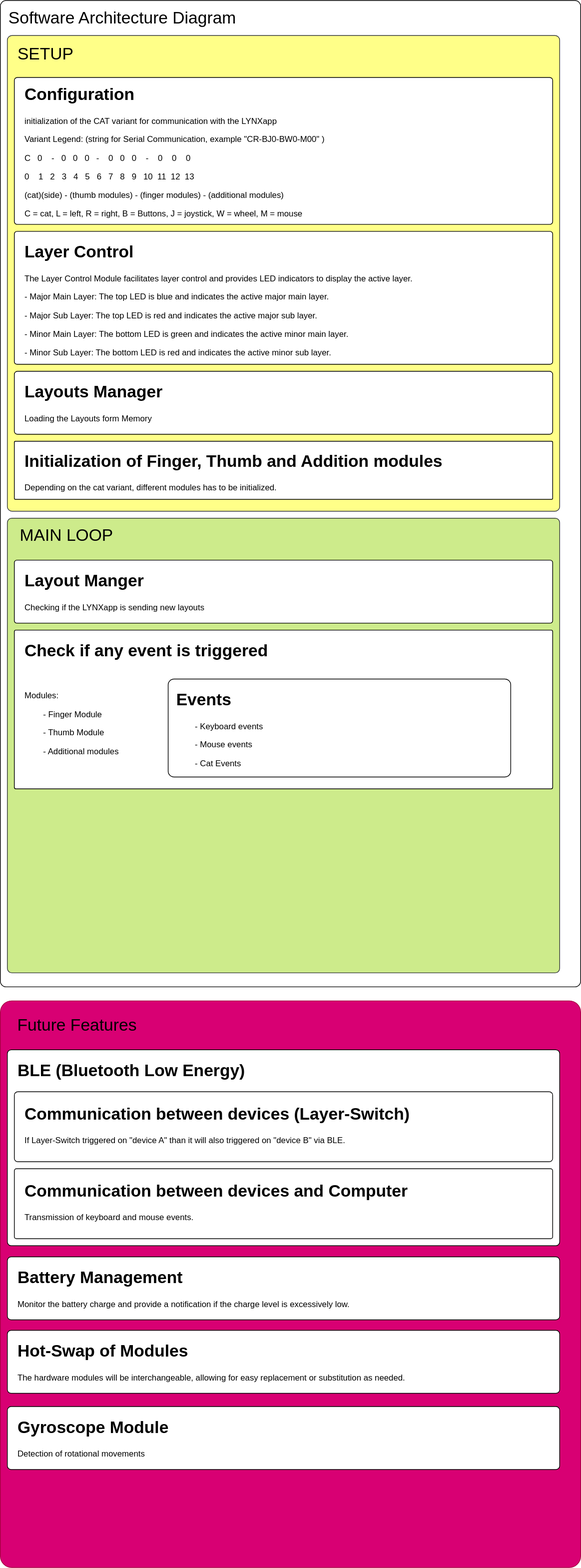
Above: images/SAD.svg in LYNXware/cat_esp32s3_platformio-arduino__version_2 (draw.io), before the change. Source tidied: cells renumbered, new cells last; positions are measured from the earlier drawing's top-left corner, leaving out a move shared by most shapes.
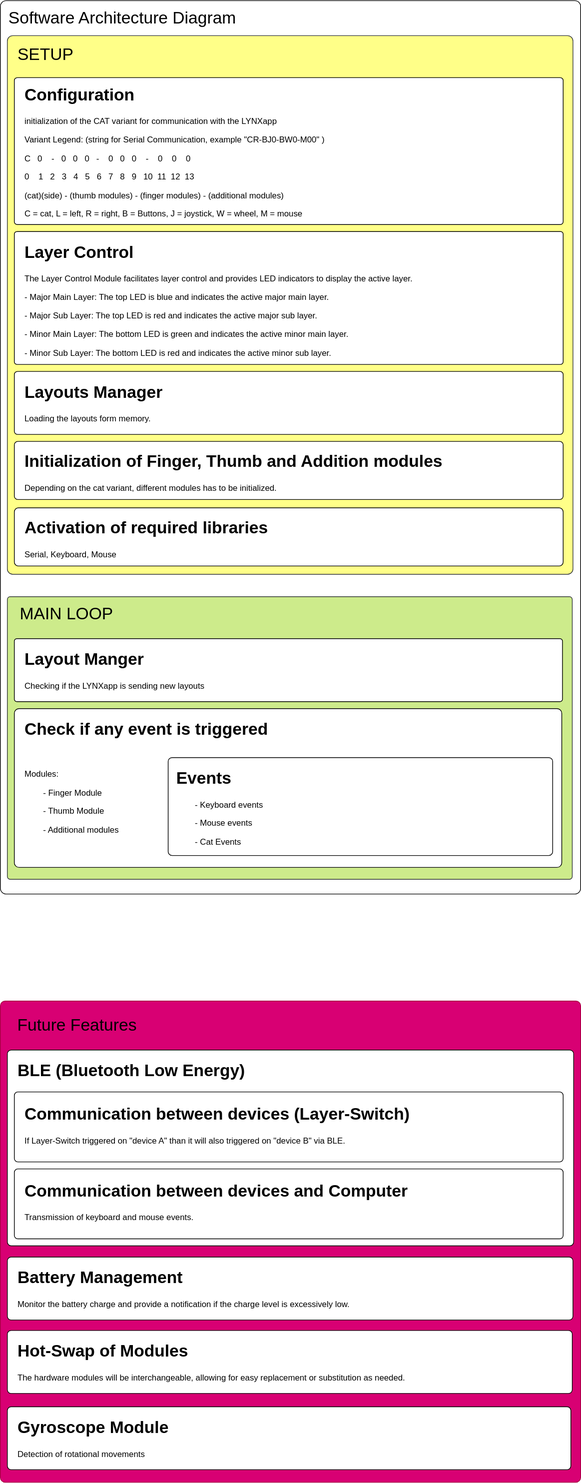
Later version of the same file.

Diff of the diagram source:
```diff
@@ -3,118 +3,121 @@
     <mxCell id="0" />
     <mxCell id="1" parent="0" />
     <mxCell id="2" style="rounded=1;whiteSpace=wrap;html=1;arcSize=1;" parent="1" vertex="1">
-      <mxGeometry width="830" height="1410" as="geometry" />
+      <mxGeometry width="830" height="1277" as="geometry" />
     </mxCell>
     <mxCell id="3" value="&lt;div&gt;Software Architecture Diagram&lt;/div&gt;" style="text;html=1;strokeColor=none;fillColor=none;align=left;verticalAlign=middle;whiteSpace=wrap;rounded=0;fontSize=24;" parent="1" vertex="1">
       <mxGeometry x="10" y="10" width="570" height="30" as="geometry" />
     </mxCell>
     <mxCell id="4" style="rounded=1;whiteSpace=wrap;html=1;fillColor=#ffff88;strokeColor=#36393d;arcSize=1;" parent="1" vertex="1">
-      <mxGeometry x="10" y="50" width="790" height="680" as="geometry" />
+      <mxGeometry x="10" y="50" width="809" height="770" as="geometry" />
     </mxCell>
     <mxCell id="5" value="SETUP" style="text;html=1;strokeColor=none;fillColor=none;align=center;verticalAlign=middle;whiteSpace=wrap;rounded=0;fontSize=24;fontColor=#000000;" parent="1" vertex="1">
       <mxGeometry x="20" y="62" width="90" height="30" as="geometry" />
     </mxCell>
     <mxCell id="6" style="rounded=1;whiteSpace=wrap;html=1;arcSize=2;" parent="1" vertex="1">
-      <mxGeometry x="20" y="110" width="770" height="210" as="geometry" />
+      <mxGeometry x="20" y="110" width="785" height="210" as="geometry" />
     </mxCell>
     <mxCell id="7" value="&lt;h1&gt;Configuration&amp;nbsp;&lt;/h1&gt;&lt;p&gt;initialization of the CAT variant&amp;nbsp;&lt;span style=&quot;background-color: initial;&quot;&gt;for communication with the LYNXapp&lt;/span&gt;&lt;/p&gt;&lt;p&gt;Variant Legend: (string for Serial Communication, example &quot;CR-BJ0-BW0-M00&quot; )&lt;/p&gt;&lt;p&gt;C&amp;nbsp; &amp;nbsp;0&amp;nbsp; &amp;nbsp; -&amp;nbsp; &amp;nbsp;0&amp;nbsp; &amp;nbsp;0&amp;nbsp; &amp;nbsp;0&amp;nbsp; &amp;nbsp;-&amp;nbsp; &amp;nbsp; 0&amp;nbsp; &amp;nbsp;0&amp;nbsp; &amp;nbsp;0&amp;nbsp; &amp;nbsp; -&amp;nbsp; &amp;nbsp; 0&amp;nbsp; &amp;nbsp; 0&amp;nbsp; &amp;nbsp; 0&lt;/p&gt;&lt;p&gt;0&amp;nbsp; &amp;nbsp; 1&amp;nbsp; &amp;nbsp;2&amp;nbsp; &amp;nbsp;3&amp;nbsp; &amp;nbsp;4&amp;nbsp; &amp;nbsp;5&amp;nbsp; &amp;nbsp;6&amp;nbsp; &amp;nbsp;7&amp;nbsp; &amp;nbsp;8&amp;nbsp; &amp;nbsp;9&amp;nbsp; &amp;nbsp;10&amp;nbsp; 11&amp;nbsp; 12&amp;nbsp; 13&lt;/p&gt;&lt;p&gt;(cat)(side) - (thumb modules) - (finger modules) - (additional modules)&lt;/p&gt;&lt;p&gt;C = cat, L = left, R = right, B&lt;span style=&quot;background-color: initial;&quot;&gt;&amp;nbsp;= Buttons, J&lt;/span&gt;&lt;span style=&quot;background-color: initial;&quot;&gt;&amp;nbsp;= joystick, W&lt;/span&gt;&lt;span style=&quot;background-color: initial;&quot;&gt;&amp;nbsp;= wheel, M&lt;/span&gt;&lt;span style=&quot;background-color: initial;&quot;&gt;&amp;nbsp;= mouse&lt;/span&gt;&lt;/p&gt;&lt;div&gt;&lt;br&gt;&lt;/div&gt;" style="text;html=1;strokeColor=none;fillColor=none;spacing=5;spacingTop=-20;whiteSpace=wrap;overflow=hidden;rounded=0;" parent="1" vertex="1">
       <mxGeometry x="30" y="115" width="610" height="210" as="geometry" />
     </mxCell>
     <mxCell id="8" style="rounded=1;whiteSpace=wrap;html=1;arcSize=2;" parent="1" vertex="1">
-      <mxGeometry x="20" y="330" width="770" height="190" as="geometry" />
+      <mxGeometry x="20" y="330" width="785" height="190" as="geometry" />
     </mxCell>
     <mxCell id="9" value="&lt;h1&gt;Layer Control&lt;/h1&gt;&lt;p&gt;The Layer Control Module facilitates layer control and provides LED indicators to display the active layer.&lt;/p&gt;&lt;p&gt;- Major Main Layer: The top LED is blue and indicates the active major main layer.&lt;/p&gt;&lt;p&gt;- Major Sub Layer: The top LED is red and indicates the active major sub layer.&lt;/p&gt;&lt;p&gt;- Minor Main Layer: The bottom LED is green and indicates the active minor main layer.&lt;/p&gt;&lt;p&gt;- Minor Sub Layer: The bottom LED is red and indicates the active minor sub layer.&lt;/p&gt;" style="text;html=1;strokeColor=none;fillColor=none;spacing=5;spacingTop=-20;whiteSpace=wrap;overflow=hidden;rounded=0;" parent="1" vertex="1">
       <mxGeometry x="30" y="340" width="630" height="180" as="geometry" />
     </mxCell>
-    <mxCell id="10" style="rounded=1;whiteSpace=wrap;html=1;fillColor=#d80073;strokeColor=#A50040;arcSize=2;fontColor=#ffffff;" parent="1" vertex="1">
-      <mxGeometry y="1430" width="830" height="810" as="geometry" />
+    <mxCell id="10" style="rounded=1;whiteSpace=wrap;html=1;fillColor=#d80073;strokeColor=#A50040;arcSize=1;fontColor=#ffffff;" parent="1" vertex="1">
+      <mxGeometry y="1430" width="830" height="688" as="geometry" />
     </mxCell>
     <mxCell id="11" value="Future Features" style="text;html=1;strokeColor=none;fillColor=none;align=center;verticalAlign=middle;whiteSpace=wrap;rounded=0;fontSize=24;fontColor=#000000;" parent="1" vertex="1">
       <mxGeometry x="20" y="1450" width="180" height="30" as="geometry" />
     </mxCell>
     <mxCell id="12" style="rounded=1;whiteSpace=wrap;html=1;arcSize=2;" parent="1" vertex="1">
-      <mxGeometry x="10" y="1500" width="790" height="280" as="geometry" />
+      <mxGeometry x="10" y="1500" width="810" height="280" as="geometry" />
     </mxCell>
     <mxCell id="13" value="&lt;h1&gt;BLE (Bluetooth Low Energy)&lt;/h1&gt;" style="text;html=1;strokeColor=none;fillColor=none;spacing=5;spacingTop=-20;whiteSpace=wrap;overflow=hidden;rounded=0;" parent="1" vertex="1">
       <mxGeometry x="20" y="1510" width="710" height="90" as="geometry" />
     </mxCell>
     <mxCell id="14" style="group;" parent="1" vertex="1">
-      <mxGeometry x="20" y="1560" width="770" height="100" as="geometry" />
+      <mxGeometry x="20" y="1560" width="785" height="100" as="geometry" />
     </mxCell>
     <mxCell id="15" style="rounded=1;whiteSpace=wrap;html=1;arcSize=5;" parent="14" vertex="1">
-      <mxGeometry width="770" height="100" as="geometry" />
+      <mxGeometry width="785" height="100" as="geometry" />
     </mxCell>
     <mxCell id="16" value="&lt;h1&gt;Communication between devices (Layer-Switch)&lt;/h1&gt;&lt;p&gt;If Layer-Switch triggered on &quot;device A&quot; than it will also triggered on &quot;device B&quot; via BLE.&amp;nbsp;&lt;/p&gt;&lt;div&gt;&lt;br&gt;&lt;/div&gt;" style="text;html=1;strokeColor=none;fillColor=none;spacing=5;spacingTop=-20;whiteSpace=wrap;overflow=hidden;rounded=0;" parent="14" vertex="1">
-      <mxGeometry x="10" y="11.5" width="710" height="69.2" as="geometry" />
+      <mxGeometry x="10.2" y="11.5" width="723.8" height="69.2" as="geometry" />
     </mxCell>
-    <mxCell id="17" style="rounded=1;whiteSpace=wrap;html=1;arcSize=3;" parent="1" vertex="1">
-      <mxGeometry x="20" y="1670" width="770" height="100" as="geometry" />
+    <mxCell id="17" style="rounded=1;whiteSpace=wrap;html=1;arcSize=5;" parent="1" vertex="1">
+      <mxGeometry x="20" y="1670" width="785" height="100" as="geometry" />
     </mxCell>
     <mxCell id="18" value="&lt;h1&gt;Communication between devices and Computer&lt;/h1&gt;&lt;p&gt;Transmission of keyboard and mouse events.&amp;nbsp;&lt;/p&gt;" style="text;html=1;strokeColor=none;fillColor=none;spacing=5;spacingTop=-20;whiteSpace=wrap;overflow=hidden;rounded=0;" parent="1" vertex="1">
       <mxGeometry x="30" y="1681.5" width="710" height="69.2" as="geometry" />
     </mxCell>
     <mxCell id="19" style="rounded=1;whiteSpace=wrap;html=1;arcSize=6;" parent="1" vertex="1">
-      <mxGeometry x="10" y="1796" width="790" height="90" as="geometry" />
+      <mxGeometry x="10" y="1796" width="809" height="90" as="geometry" />
     </mxCell>
     <mxCell id="20" value="&lt;h1&gt;Battery Management&lt;/h1&gt;Monitor the battery charge and provide a notification if the charge level is excessively low.&lt;p&gt;&amp;nbsp;&lt;/p&gt;&lt;div&gt;&lt;br&gt;&lt;/div&gt;" style="text;html=1;strokeColor=none;fillColor=none;spacing=5;spacingTop=-20;whiteSpace=wrap;overflow=hidden;rounded=0;" parent="1" vertex="1">
       <mxGeometry x="20" y="1806" width="710" height="70" as="geometry" />
     </mxCell>
     <mxCell id="21" style="rounded=1;whiteSpace=wrap;html=1;arcSize=6;" parent="1" vertex="1">
-      <mxGeometry x="10" y="1901" width="790" height="90" as="geometry" />
+      <mxGeometry x="10" y="1901" width="808" height="90" as="geometry" />
     </mxCell>
     <mxCell id="22" value="&lt;h1&gt;Hot-Swap of Modules&lt;/h1&gt;&lt;p&gt;The hardware modules will be interchangeable, allowing for easy replacement or substitution as needed.&lt;br&gt;&lt;/p&gt;" style="text;html=1;strokeColor=none;fillColor=none;spacing=5;spacingTop=-20;whiteSpace=wrap;overflow=hidden;rounded=0;" parent="1" vertex="1">
       <mxGeometry x="20" y="1911" width="710" height="70" as="geometry" />
     </mxCell>
     <mxCell id="23" style="rounded=1;whiteSpace=wrap;html=1;arcSize=6;" parent="1" vertex="1">
-      <mxGeometry x="10" y="2010" width="790" height="90" as="geometry" />
+      <mxGeometry x="10" y="2010" width="806" height="90" as="geometry" />
     </mxCell>
     <mxCell id="24" value="&lt;h1&gt;Gyroscope Module&lt;/h1&gt;Detection of rotational movements&amp;nbsp;&amp;nbsp;" style="text;html=1;strokeColor=none;fillColor=none;spacing=5;spacingTop=-20;whiteSpace=wrap;overflow=hidden;rounded=0;" parent="1" vertex="1">
       <mxGeometry x="20" y="2020" width="710" height="70" as="geometry" />
     </mxCell>
-    <mxCell id="25" style="group;" parent="1" vertex="1">
-      <mxGeometry x="10" y="740" width="790" height="650" as="geometry" />
-    </mxCell>
+    <mxCell id="35" style="group;" parent="1" vertex="1">
+      <mxGeometry x="20" y="530" width="785" height="90" as="geometry" />
+    </mxCell>
+    <mxCell id="36" style="rounded=1;whiteSpace=wrap;html=1;arcSize=5;" parent="35" vertex="1">
+      <mxGeometry width="785" height="90" as="geometry" />
+    </mxCell>
+    <mxCell id="37" value="&lt;h1&gt;Layouts Manager&amp;nbsp;&lt;/h1&gt;&lt;p&gt;Loading the layouts form memory.&lt;/p&gt;&lt;div&gt;&lt;br&gt;&lt;/div&gt;" style="text;html=1;strokeColor=none;fillColor=none;spacing=5;spacingTop=-20;whiteSpace=wrap;overflow=hidden;rounded=0;" parent="35" vertex="1">
+      <mxGeometry x="10.2" y="10" width="703.4" height="70" as="geometry" />
+    </mxCell>
+    <mxCell id="38" style="rounded=1;whiteSpace=wrap;html=1;arcSize=6;" parent="1" vertex="1">
+      <mxGeometry x="20" y="630" width="785" height="83.1" as="geometry" />
+    </mxCell>
+    <mxCell id="39" value="&lt;h1&gt;Initialization of Finger, Thumb and Addition modules&lt;/h1&gt;&lt;p&gt;Depending on the cat variant, different modules has to be initialized.&lt;/p&gt;&lt;div&gt;&lt;br&gt;&lt;/div&gt;" style="text;html=1;strokeColor=none;fillColor=none;spacing=5;spacingTop=-20;whiteSpace=wrap;overflow=hidden;rounded=0;" parent="1" vertex="1">
+      <mxGeometry x="30" y="639.2" width="610" height="73.8" as="geometry" />
+    </mxCell>
-    <mxCell id="26" style="rounded=1;whiteSpace=wrap;html=1;fillColor=#cdeb8b;strokeColor=#36393d;arcSize=1;" parent="25" vertex="1">
-      <mxGeometry width="790" height="650" as="geometry" />
+    <mxCell id="26" style="rounded=1;whiteSpace=wrap;html=1;fillColor=#cdeb8b;strokeColor=#36393d;arcSize=1;" parent="1" vertex="1">
+      <mxGeometry x="10" y="852" width="808" height="404" as="geometry" />
     </mxCell>
-    <mxCell id="27" value="MAIN LOOP" style="text;html=1;strokeColor=none;fillColor=none;align=center;verticalAlign=middle;whiteSpace=wrap;rounded=0;fontSize=24;fontColor=#000000;" parent="25" vertex="1">
-      <mxGeometry x="10" y="10" width="150" height="30" as="geometry" />
+    <mxCell id="27" value="MAIN LOOP" style="text;html=1;strokeColor=none;fillColor=none;align=center;verticalAlign=middle;whiteSpace=wrap;rounded=0;fontSize=24;fontColor=#000000;" parent="1" vertex="1">
+      <mxGeometry x="20" y="862" width="150" height="30" as="geometry" />
     </mxCell>
-    <mxCell id="28" style="rounded=1;whiteSpace=wrap;html=1;arcSize=4;" parent="25" vertex="1">
-      <mxGeometry x="10" y="60" width="770" height="90" as="geometry" />
+    <mxCell id="28" style="rounded=1;whiteSpace=wrap;html=1;arcSize=4;" parent="1" vertex="1">
+      <mxGeometry x="20" y="912" width="784" height="90" as="geometry" />
     </mxCell>
-    <mxCell id="29" value="&lt;h1&gt;Layout Manger&lt;/h1&gt;&lt;p&gt;Checking if the LYNXapp is sending new layouts&lt;/p&gt;&lt;div&gt;&lt;br&gt;&lt;/div&gt;" style="text;html=1;strokeColor=none;fillColor=none;spacing=5;spacingTop=-20;whiteSpace=wrap;overflow=hidden;rounded=0;" parent="25" vertex="1">
-      <mxGeometry x="20" y="70" width="610" height="80" as="geometry" />
+    <mxCell id="29" value="&lt;h1&gt;Layout Manger&lt;/h1&gt;&lt;p&gt;Checking if the LYNXapp is sending new layouts&lt;/p&gt;&lt;div&gt;&lt;br&gt;&lt;/div&gt;" style="text;html=1;strokeColor=none;fillColor=none;spacing=5;spacingTop=-20;whiteSpace=wrap;overflow=hidden;rounded=0;" parent="1" vertex="1">
+      <mxGeometry x="30" y="922" width="610" height="80" as="geometry" />
     </mxCell>
-    <mxCell id="30" style="rounded=1;whiteSpace=wrap;html=1;arcSize=1;" parent="25" vertex="1">
-      <mxGeometry x="10" y="160" width="770" height="227" as="geometry" />
+    <mxCell id="30" style="rounded=1;whiteSpace=wrap;html=1;arcSize=3;" parent="1" vertex="1">
+      <mxGeometry x="20" y="1012" width="783" height="227" as="geometry" />
     </mxCell>
-    <mxCell id="31" value="&lt;h1&gt;Check if any event is triggered&lt;/h1&gt;&lt;p&gt;&lt;br&gt;&lt;/p&gt;&lt;p&gt;Modules:&lt;/p&gt;&lt;p&gt;&lt;span style=&quot;white-space: pre;&quot;&gt;&#9;&lt;/span&gt;- Finger Module&lt;br&gt;&lt;/p&gt;&lt;p&gt;&lt;span style=&quot;white-space: pre;&quot;&gt;&#9;&lt;/span&gt;- Thumb Module&lt;br&gt;&lt;/p&gt;&lt;p&gt;&lt;span style=&quot;white-space: pre;&quot;&gt;&#9;&lt;/span&gt;- Additional modules&lt;br&gt;&lt;/p&gt;&lt;div&gt;&lt;br&gt;&lt;/div&gt;" style="text;html=1;strokeColor=none;fillColor=none;spacing=5;spacingTop=-20;whiteSpace=wrap;overflow=hidden;rounded=0;" parent="25" vertex="1">
-      <mxGeometry x="20" y="170" width="710" height="170" as="geometry" />
+    <mxCell id="31" value="&lt;h1&gt;Check if any event is triggered&lt;/h1&gt;&lt;p&gt;&lt;br&gt;&lt;/p&gt;&lt;p&gt;Modules:&lt;/p&gt;&lt;p&gt;&lt;span style=&quot;white-space: pre;&quot;&gt;&#9;&lt;/span&gt;- Finger Module&lt;br&gt;&lt;/p&gt;&lt;p&gt;&lt;span style=&quot;white-space: pre;&quot;&gt;&#9;&lt;/span&gt;- Thumb Module&lt;br&gt;&lt;/p&gt;&lt;p&gt;&lt;span style=&quot;white-space: pre;&quot;&gt;&#9;&lt;/span&gt;- Additional modules&lt;br&gt;&lt;/p&gt;&lt;div&gt;&lt;br&gt;&lt;/div&gt;" style="text;html=1;strokeColor=none;fillColor=none;spacing=5;spacingTop=-20;whiteSpace=wrap;overflow=hidden;rounded=0;" parent="1" vertex="1">
+      <mxGeometry x="30" y="1022" width="710" height="170" as="geometry" />
     </mxCell>
-    <mxCell id="32" style="group;" parent="25" vertex="1">
-      <mxGeometry x="230" y="230" width="490" height="140" as="geometry" />
+    <mxCell id="32" style="group;" parent="1" vertex="1">
+      <mxGeometry x="240" y="1082" width="550" height="140" as="geometry" />
     </mxCell>
-    <mxCell id="33" style="rounded=1;whiteSpace=wrap;html=1;arcSize=6;" parent="32" vertex="1">
-      <mxGeometry width="490" height="140" as="geometry" />
+    <mxCell id="33" style="rounded=1;whiteSpace=wrap;html=1;arcSize=4;" parent="32" vertex="1">
+      <mxGeometry width="550" height="140" as="geometry" />
     </mxCell>
     <mxCell id="34" value="&lt;h1&gt;Events&amp;nbsp;&lt;/h1&gt;&lt;p&gt;&lt;span style=&quot;white-space: pre;&quot;&gt;&#9;&lt;/span&gt;- Keyboard events&lt;br&gt;&lt;/p&gt;&lt;p&gt;&lt;span style=&quot;white-space: pre;&quot;&gt;&#9;&lt;/span&gt;- Mouse events&lt;br&gt;&lt;/p&gt;&lt;p&gt;&lt;span style=&quot;white-space: pre;&quot;&gt;&#9;&lt;/span&gt;- Cat Events&lt;br&gt;&lt;/p&gt;" style="text;html=1;strokeColor=none;fillColor=none;spacing=5;spacingTop=-20;whiteSpace=wrap;overflow=hidden;rounded=0;" parent="32" vertex="1">
-      <mxGeometry x="6.5" y="10" width="398.5" height="120" as="geometry" />
+      <mxGeometry x="7.3" y="10" width="447.3" height="120" as="geometry" />
     </mxCell>
-    <mxCell id="35" style="group;" parent="1" vertex="1">
-      <mxGeometry x="20" y="530" width="770" height="90" as="geometry" />
-    </mxCell>
-    <mxCell id="36" style="rounded=1;whiteSpace=wrap;html=1;arcSize=5;" parent="35" vertex="1">
-      <mxGeometry width="770" height="90" as="geometry" />
-    </mxCell>
-    <mxCell id="37" value="&lt;h1&gt;Layouts Manager&amp;nbsp;&lt;/h1&gt;&lt;p&gt;Loading the Layouts form Memory&amp;nbsp;&lt;/p&gt;&lt;div&gt;&lt;br&gt;&lt;/div&gt;" style="text;html=1;strokeColor=none;fillColor=none;spacing=5;spacingTop=-20;whiteSpace=wrap;overflow=hidden;rounded=0;" parent="35" vertex="1">
-      <mxGeometry x="10" y="10" width="690" height="70" as="geometry" />
-    </mxCell>
-    <mxCell id="38" style="rounded=1;whiteSpace=wrap;html=1;arcSize=2;" parent="1" vertex="1">
-      <mxGeometry x="20" y="630" width="770" height="83.1" as="geometry" />
-    </mxCell>
-    <mxCell id="39" value="&lt;h1&gt;Initialization of Finger, Thumb and Addition modules&lt;/h1&gt;&lt;p&gt;Depending on the cat variant, different modules has to be initialized.&lt;/p&gt;&lt;div&gt;&lt;br&gt;&lt;/div&gt;" style="text;html=1;strokeColor=none;fillColor=none;spacing=5;spacingTop=-20;whiteSpace=wrap;overflow=hidden;rounded=0;" parent="1" vertex="1">
-      <mxGeometry x="30" y="639.2" width="610" height="73.8" as="geometry" />
-    </mxCell>
+    <mxCell id="40" style="rounded=1;whiteSpace=wrap;html=1;arcSize=7;" parent="1" vertex="1">
+      <mxGeometry x="20" y="725" width="785" height="83.1" as="geometry" />
+    </mxCell>
+    <mxCell id="41" value="&lt;h1&gt;Activation of required libraries&amp;nbsp;&lt;/h1&gt;&lt;p&gt;Serial, Keyboard, Mouse&lt;/p&gt;" style="text;html=1;strokeColor=none;fillColor=none;spacing=5;spacingTop=-20;whiteSpace=wrap;overflow=hidden;rounded=0;" parent="1" vertex="1">
+      <mxGeometry x="30" y="734.2" width="610" height="73.8" as="geometry" />
+    </mxCell>
   </root>
 </mxGraphModel>
```
